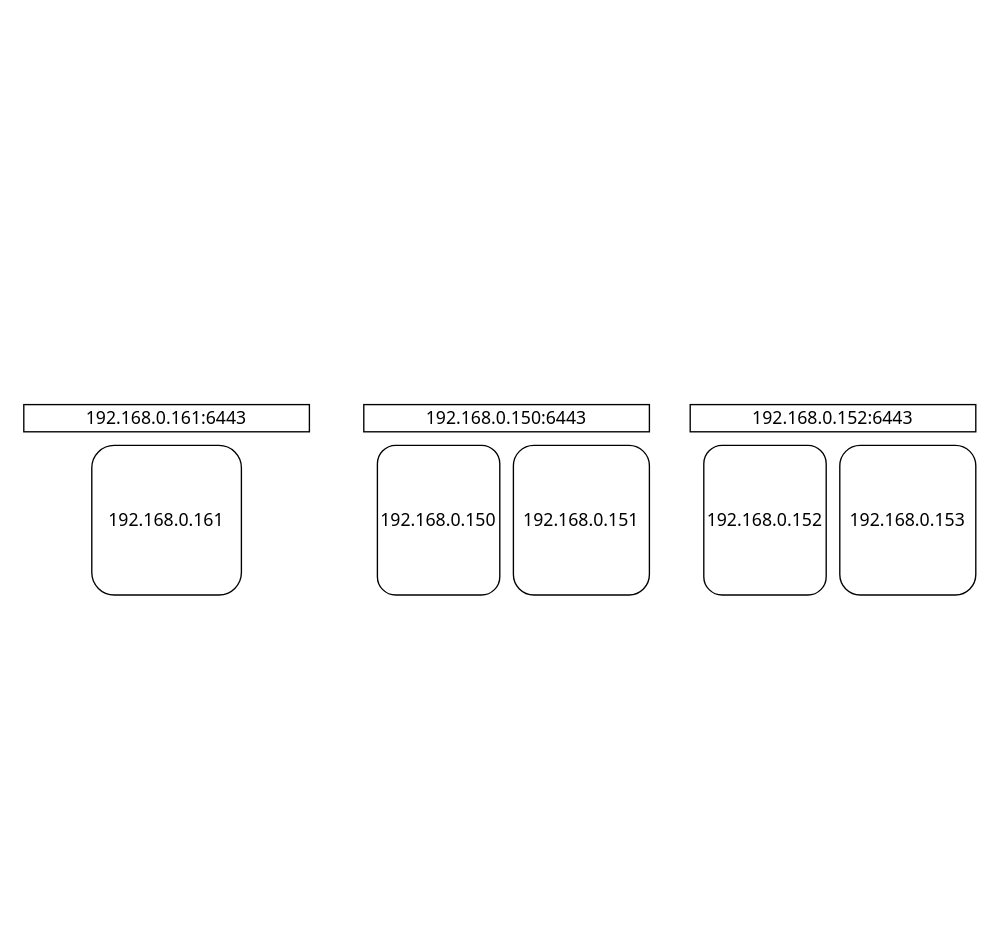
Above: 多集群迁移.drawio in slcnx/draw.io (draw.io), before the change. Source tidied: cells renumbered, new cells numbered last; positions are measured from the earlier drawing's top-left corner, leaving out a move shared by most shapes. Both pictures are drawn from the tidied source at 136%, with x=0, y=0 at pixel (23, 404).
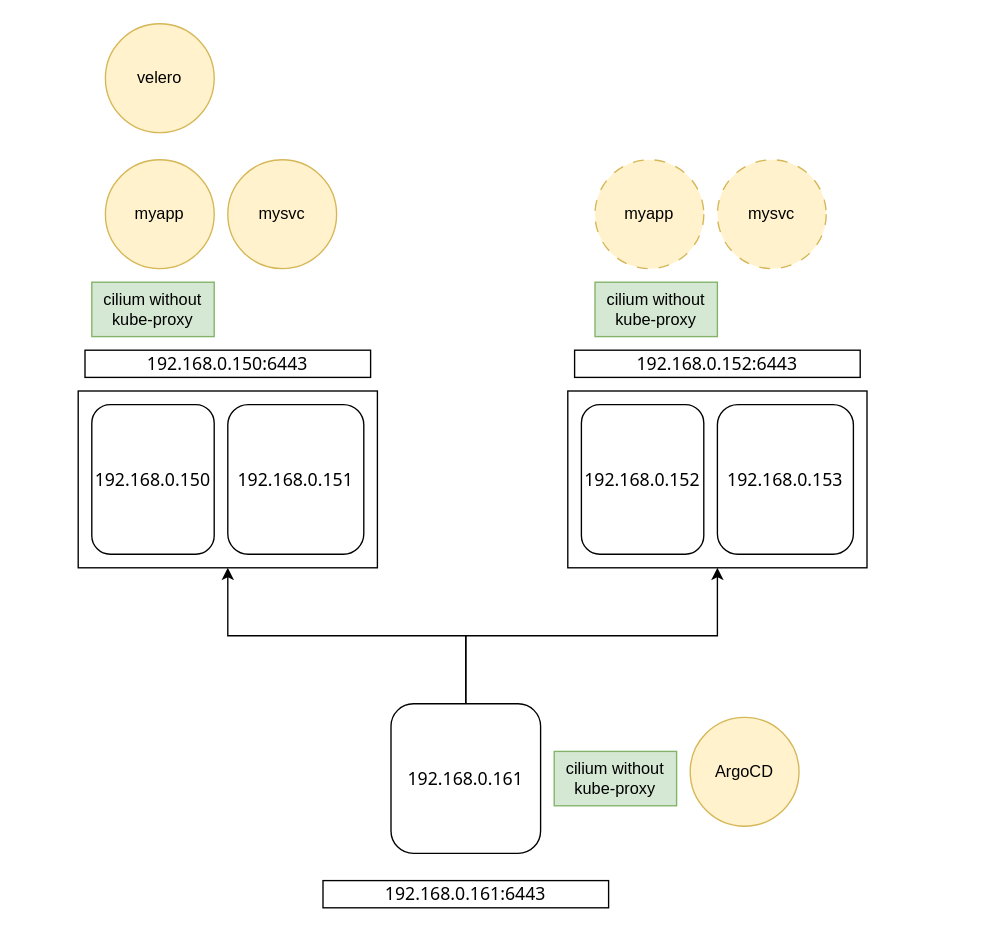
Above is the later version.

Commit message (it also covers changes not shown here):
更新多集群迁移.drawio

What changed in the source:
```diff
@@
+    <mxCell id="10" style="rounded=0;whiteSpace=wrap;html=1;" parent="1" vertex="1">
+      <mxGeometry x="400" y="-10" width="220" height="130" as="geometry" />
+    </mxCell>
+    <mxCell id="11" style="rounded=0;whiteSpace=wrap;html=1;" parent="1" vertex="1">
+      <mxGeometry x="40" y="-10" width="220" height="130" as="geometry" />
+    </mxCell>
     <mxCell id="2" value="192.168.0.161:6443" style="rounded=0;whiteSpace=wrap;html=1;labelBorderColor=none;labelBackgroundColor=none;textShadow=0;spacingTop=0;spacingLeft=0;spacingBottom=0;spacingRight=0;spacing=207;verticalAlign=middle;fontSize=13;fontFamily=Tahoma;" parent="1" vertex="1">
-      <mxGeometry width="210" height="20" as="geometry" />
+      <mxGeometry x="220" y="350" width="210" height="20" as="geometry" />
     </mxCell>
+    <mxCell id="12" style="edgeStyle=orthogonalEdgeStyle;rounded=0;jettySize=auto;html=1;exitX=0.5;exitY=0;exitDx=0;exitDy=0;" parent="1" edge="1" source="3" target="11">
+      <mxGeometry relative="1" as="geometry" />
+    </mxCell>
+    <mxCell id="13" style="edgeStyle=orthogonalEdgeStyle;rounded=0;jettySize=auto;html=1;exitX=0.5;exitY=0;exitDx=0;exitDy=0;entryX=0.5;entryY=1;entryDx=0;entryDy=0;" parent="1" edge="1" source="3" target="10">
+      <mxGeometry relative="1" as="geometry" />
+    </mxCell>
     <mxCell id="3" value="&lt;span style=&quot;font-family: Tahoma; font-size: 13px; text-wrap: nowrap;&quot;&gt;192.168.0.161&lt;/span&gt;" style="rounded=1;whiteSpace=wrap;html=1;" parent="1" vertex="1">
-      <mxGeometry x="50" y="30" width="110" height="110" as="geometry" />
+      <mxGeometry x="270" y="220" width="110" height="110" as="geometry" />
     </mxCell>
     <mxCell id="4" value="192.168.0.150:6443" style="rounded=0;whiteSpace=wrap;html=1;labelBorderColor=none;labelBackgroundColor=none;textShadow=0;spacingTop=0;spacingLeft=0;spacingBottom=0;spacingRight=0;spacing=207;verticalAlign=middle;fontSize=13;fontFamily=Tahoma;" parent="1" vertex="1">
-      <mxGeometry x="250" width="210" height="20" as="geometry" />
+      <mxGeometry x="45" y="-40" width="210" height="20" as="geometry" />
     </mxCell>
     <mxCell id="5" value="&lt;span style=&quot;font-family: Tahoma; font-size: 13px; text-wrap: nowrap;&quot;&gt;192.168.0.150&lt;/span&gt;" style="rounded=1;whiteSpace=wrap;html=1;" parent="1" vertex="1">
-      <mxGeometry x="260" y="30" width="90" height="110" as="geometry" />
+      <mxGeometry x="50" width="90" height="110" as="geometry" />
     </mxCell>
     <mxCell id="6" value="&lt;span style=&quot;font-family: Tahoma; font-size: 13px; text-wrap: nowrap;&quot;&gt;192.168.0.151&lt;/span&gt;" style="rounded=1;whiteSpace=wrap;html=1;" parent="1" vertex="1">
-      <mxGeometry x="360" y="30" width="100" height="110" as="geometry" />
+      <mxGeometry x="150" width="100" height="110" as="geometry" />
     </mxCell>
     <mxCell id="7" value="192.168.0.152:6443" style="rounded=0;whiteSpace=wrap;html=1;labelBorderColor=none;labelBackgroundColor=none;textShadow=0;spacingTop=0;spacingLeft=0;spacingBottom=0;spacingRight=0;spacing=207;verticalAlign=middle;fontSize=13;fontFamily=Tahoma;" parent="1" vertex="1">
-      <mxGeometry x="490" width="210" height="20" as="geometry" />
+      <mxGeometry x="405" y="-40" width="210" height="20" as="geometry" />
     </mxCell>
     <mxCell id="8" value="&lt;span style=&quot;font-family: Tahoma; font-size: 13px; text-wrap: nowrap;&quot;&gt;192.168.0.152&lt;/span&gt;" style="rounded=1;whiteSpace=wrap;html=1;" parent="1" vertex="1">
-      <mxGeometry x="500" y="30" width="90" height="110" as="geometry" />
+      <mxGeometry x="410" width="90" height="110" as="geometry" />
     </mxCell>
     <mxCell id="9" value="&lt;span style=&quot;font-family: Tahoma; font-size: 13px; text-wrap: nowrap;&quot;&gt;192.168.0.153&lt;/span&gt;" style="rounded=1;whiteSpace=wrap;html=1;" parent="1" vertex="1">
-      <mxGeometry x="600" y="30" width="100" height="110" as="geometry" />
+      <mxGeometry x="510" width="100" height="110" as="geometry" />
     </mxCell>
+    <mxCell id="14" value="myapp" style="ellipse;whiteSpace=wrap;html=1;fillColor=#fff2cc;strokeColor=#d6b656;" parent="1" vertex="1">
+      <mxGeometry x="60" y="-180" width="80" height="80" as="geometry" />
+    </mxCell>
+    <mxCell id="15" value="mysvc" style="ellipse;whiteSpace=wrap;html=1;fillColor=#fff2cc;strokeColor=#d6b656;" parent="1" vertex="1">
+      <mxGeometry x="150" y="-180" width="80" height="80" as="geometry" />
+    </mxCell>
+    <mxCell id="16" value="myapp" style="ellipse;whiteSpace=wrap;html=1;fillColor=#fff2cc;strokeColor=#d6b656;dashed=1;dashPattern=8 8;" parent="1" vertex="1">
+      <mxGeometry x="420" y="-180" width="80" height="80" as="geometry" />
+    </mxCell>
+    <mxCell id="17" value="mysvc" style="ellipse;whiteSpace=wrap;html=1;fillColor=#fff2cc;strokeColor=#d6b656;dashed=1;dashPattern=8 8;" parent="1" vertex="1">
+      <mxGeometry x="510" y="-180" width="80" height="80" as="geometry" />
+    </mxCell>
+    <mxCell id="18" value="velero" style="ellipse;whiteSpace=wrap;html=1;fillColor=#fff2cc;strokeColor=#d6b656;" parent="1" vertex="1">
+      <mxGeometry x="60" y="-280" width="80" height="80" as="geometry" />
+    </mxCell>
+    <mxCell id="19" value="cilium without kube-proxy" style="rounded=0;whiteSpace=wrap;html=1;fillColor=#d5e8d4;strokeColor=#82b366;" parent="1" vertex="1">
+      <mxGeometry x="420" y="-90" width="90" height="40" as="geometry" />
+    </mxCell>
+    <mxCell id="20" value="cilium without kube-proxy" style="rounded=0;whiteSpace=wrap;html=1;fillColor=#d5e8d4;strokeColor=#82b366;" parent="1" vertex="1">
+      <mxGeometry x="390" y="255" width="90" height="40" as="geometry" />
+    </mxCell>
+    <mxCell id="21" value="ArgoCD" style="ellipse;whiteSpace=wrap;html=1;fillColor=#fff2cc;strokeColor=#d6b656;" parent="1" vertex="1">
+      <mxGeometry x="490" y="230" width="80" height="80" as="geometry" />
+    </mxCell>
+    <mxCell id="22" value="cilium without kube-proxy" style="rounded=0;whiteSpace=wrap;html=1;fillColor=#d5e8d4;strokeColor=#82b366;" parent="1" vertex="1">
+      <mxGeometry x="50" y="-90" width="90" height="40" as="geometry" />
+    </mxCell>
```
